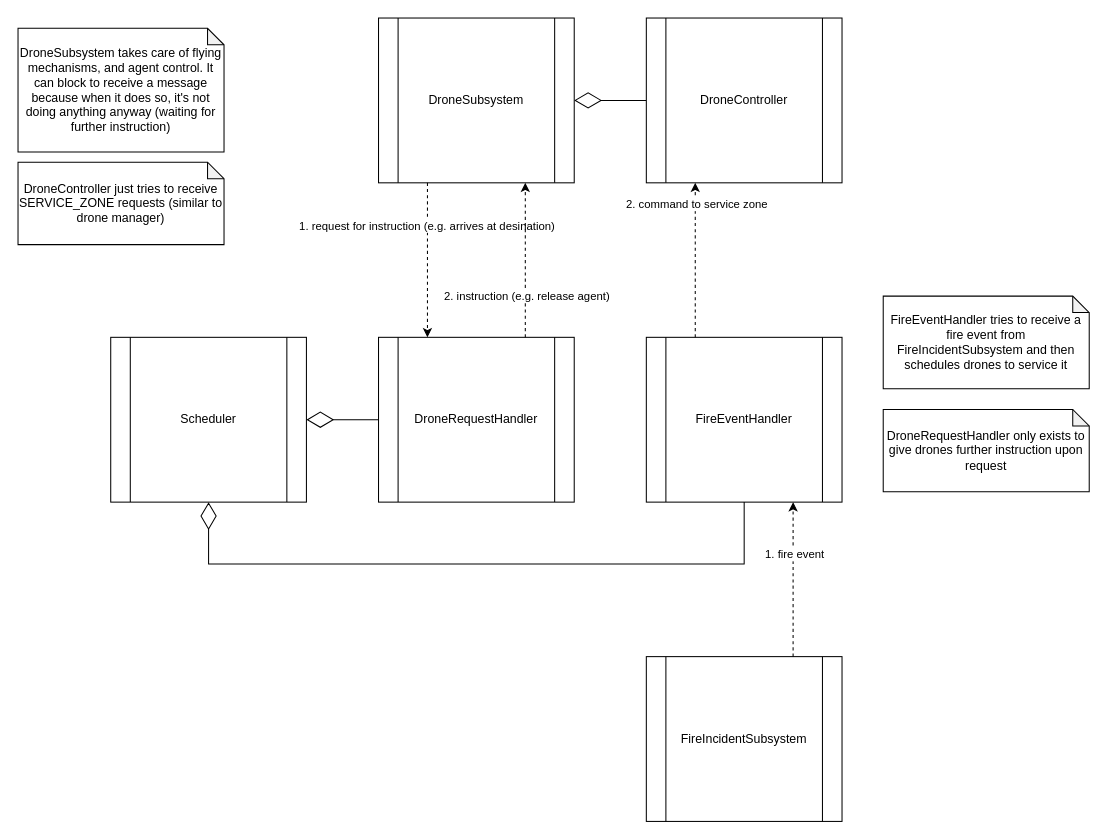
This is docs/udp_shit/udp_communication.drawio from hubertdang/fire-drone-swarm, a draw.io file, before an edit. Source tidied: cells renumbered, new cells numbered last; positions are measured from the earlier drawing's top-left corner, leaving out a move shared by most shapes. Both pictures are drawn from the tidied source at 103%, with x=0, y=0 at pixel (18, 18).
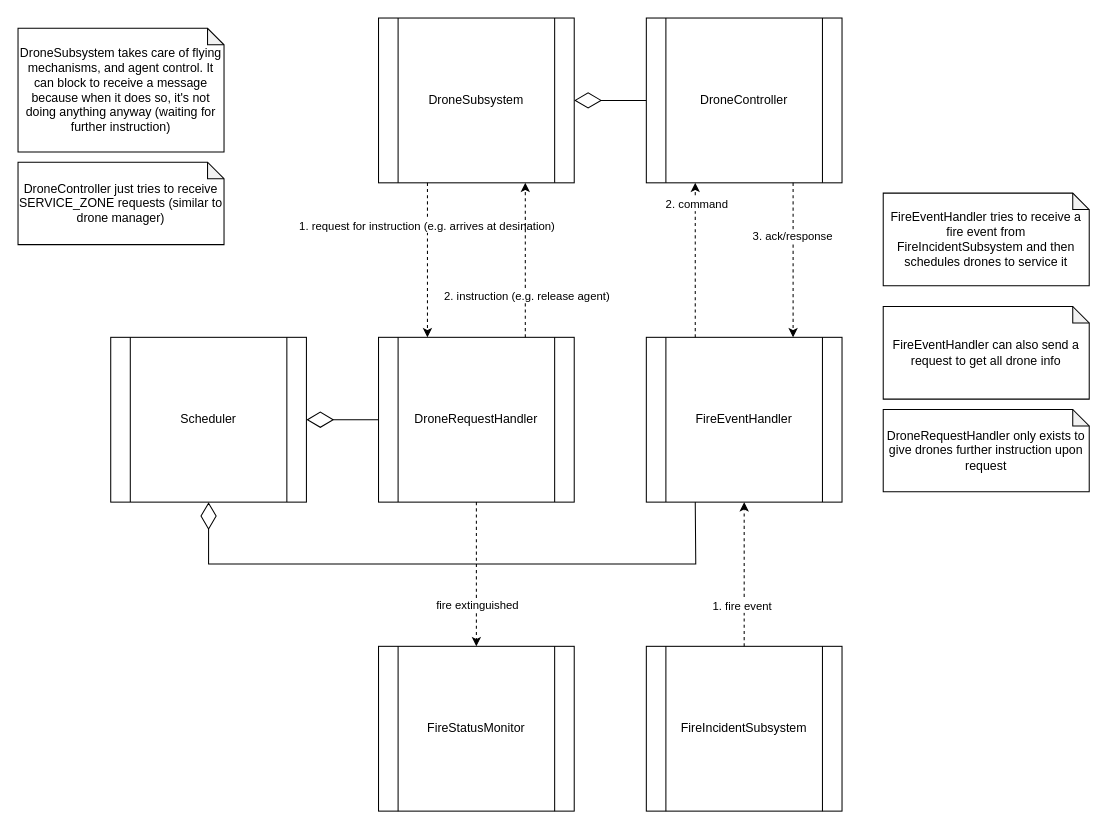
The same page after the edit.

Commit message:
more updates to show different potential communication

The change refers to these unchanged cells:
```xml
<mxCell id="4" value="DroneController" style="shape=process;whiteSpace=wrap;html=1;backgroundOutline=1;" parent="1" vertex="1">
  <mxGeometry x="610" width="190" height="160" as="geometry" />
</mxCell>
<mxCell id="5" value="DroneRequestHandler" style="shape=process;whiteSpace=wrap;html=1;backgroundOutline=1;" parent="1" vertex="1">
  <mxGeometry x="350" y="310" width="190" height="160" as="geometry" />
</mxCell>
<mxCell id="6" value="FireEventHandler" style="shape=process;whiteSpace=wrap;html=1;backgroundOutline=1;" parent="1" vertex="1">
  <mxGeometry x="610" y="310" width="190" height="160" as="geometry" />
</mxCell>
<mxCell id="7" value="Scheduler" style="shape=process;whiteSpace=wrap;html=1;backgroundOutline=1;" parent="1" vertex="1">
  <mxGeometry x="90" y="310" width="190" height="160" as="geometry" />
</mxCell>
<mxCell id="14" style="endArrow=classic;html=1;rounded=0;exitX=0.25;exitY=0;exitDx=0;exitDy=0;entryX=0.25;entryY=1;entryDx=0;entryDy=0;dashed=1;" parent="1" edge="1" source="6" target="4">
  <mxGeometry relative="1" as="geometry" />
</mxCell>
```

What changed in the source:
```diff
@@
-    <mxCell id="9" style="endArrow=diamondThin;endFill=0;endSize=24;html=1;rounded=0;entryX=0.5;entryY=1;entryDx=0;entryDy=0;exitX=0.5;exitY=1;exitDx=0;exitDy=0;" parent="1" edge="1" source="6" target="7">
+    <mxCell id="9" style="endArrow=diamondThin;endFill=0;endSize=24;html=1;rounded=0;entryX=0.5;entryY=1;entryDx=0;entryDy=0;exitX=0.25;exitY=1;exitDx=0;exitDy=0;" parent="1" edge="1" source="6" target="7">
       <mxGeometry relative="1" as="geometry">
         <Array as="points">
-          <mxPoint x="705" y="530" />
+          <mxPoint x="658" y="530" />
           <mxPoint x="185" y="530" />
         </Array>
       </mxGeometry>
     </mxCell>
@@
-    <mxCell id="15" value="2. command to service zone" style="edgeLabel;html=1;align=center;verticalAlign=middle;" parent="14" vertex="1">
+    <mxCell id="15" value="2. command" style="edgeLabel;html=1;align=center;verticalAlign=middle;" parent="14" vertex="1">
       <mxGeometry x="-0.46" y="-1" relative="1" as="geometry">
         <mxPoint y="-89" as="offset" />
       </mxGeometry>
     </mxCell>
     <mxCell id="16" value="FireIncidentSubsystem" style="shape=process;whiteSpace=wrap;html=1;backgroundOutline=1;" parent="1" vertex="1">
-      <mxGeometry x="610" y="620" width="190" height="160" as="geometry" />
+      <mxGeometry x="610" y="610" width="190" height="160" as="geometry" />
     </mxCell>
-    <mxCell id="17" style="endArrow=classic;html=1;rounded=0;exitX=0.75;exitY=0;exitDx=0;exitDy=0;entryX=0.75;entryY=1;entryDx=0;entryDy=0;dashed=1;" parent="1" edge="1" source="16" target="6">
+    <mxCell id="17" style="endArrow=classic;html=1;rounded=0;exitX=0.5;exitY=0;exitDx=0;exitDy=0;entryX=0.5;entryY=1;entryDx=0;entryDy=0;dashed=1;" parent="1" edge="1" source="16" target="6">
       <mxGeometry relative="1" as="geometry" />
     </mxCell>
     <mxCell id="18" value="1. fire event" style="edgeLabel;html=1;align=center;verticalAlign=middle;" parent="17" vertex="1">
       <mxGeometry x="-0.46" y="-1" relative="1" as="geometry">
-        <mxPoint y="-59" as="offset" />
+        <mxPoint x="-4" y="-2" as="offset" />
       </mxGeometry>
     </mxCell>
@@
     <mxCell id="21" value="FireEventHandler tries to receive a fire event from FireIncidentSubsystem and then schedules drones to service it" style="shape=note;whiteSpace=wrap;html=1;backgroundOutline=1;darkOpacity=0.05;size=16;" parent="1" vertex="1">
-      <mxGeometry x="840" y="270" width="200" height="90" as="geometry" />
+      <mxGeometry x="840" y="170" width="200" height="90" as="geometry" />
     </mxCell>
@@
+    <mxCell id="23" style="endArrow=classic;html=1;rounded=0;exitX=0.75;exitY=1;exitDx=0;exitDy=0;entryX=0.75;entryY=0;entryDx=0;entryDy=0;dashed=1;" parent="1" edge="1" source="4" target="6">
+      <mxGeometry relative="1" as="geometry" />
+    </mxCell>
+    <mxCell id="24" value="3. ack/response" style="edgeLabel;html=1;align=center;verticalAlign=middle;" parent="23" vertex="1">
+      <mxGeometry x="-0.46" y="-1" relative="1" as="geometry">
+        <mxPoint y="10" as="offset" />
+      </mxGeometry>
+    </mxCell>
+    <mxCell id="25" value="FireStatusMonitor" style="shape=process;whiteSpace=wrap;html=1;backgroundOutline=1;" parent="1" vertex="1">
+      <mxGeometry x="350" y="610" width="190" height="160" as="geometry" />
+    </mxCell>
+    <mxCell id="26" style="endArrow=classic;html=1;rounded=0;entryX=0.5;entryY=0;entryDx=0;entryDy=0;exitX=0.5;exitY=1;exitDx=0;exitDy=0;dashed=1;" parent="1" edge="1" source="5" target="25">
+      <mxGeometry relative="1" as="geometry" />
+    </mxCell>
+    <mxCell id="27" value="fire extinguished" style="edgeLabel;html=1;align=center;verticalAlign=middle;" parent="26" vertex="1">
+      <mxGeometry x="0.42" relative="1" as="geometry" />
+    </mxCell>
+    <mxCell id="28" value="FireEventHandler can also send a request to get all drone info" style="shape=note;whiteSpace=wrap;html=1;backgroundOutline=1;darkOpacity=0.05;size=16;" parent="1" vertex="1">
+      <mxGeometry x="840" y="280" width="200" height="90" as="geometry" />
+    </mxCell>
```
